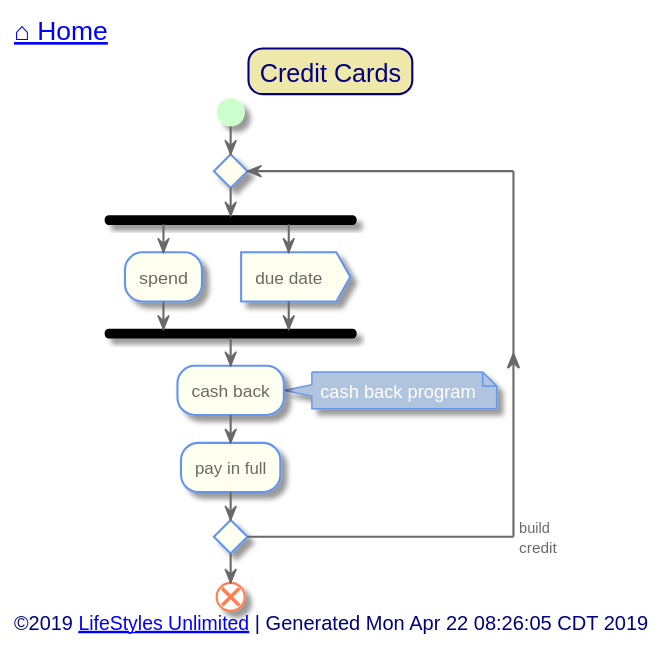
The PlantUML diagram out/src/unlimited-lifestyle/credit-cards.svg in toddmo/lifestylesunlimited, before a commit.
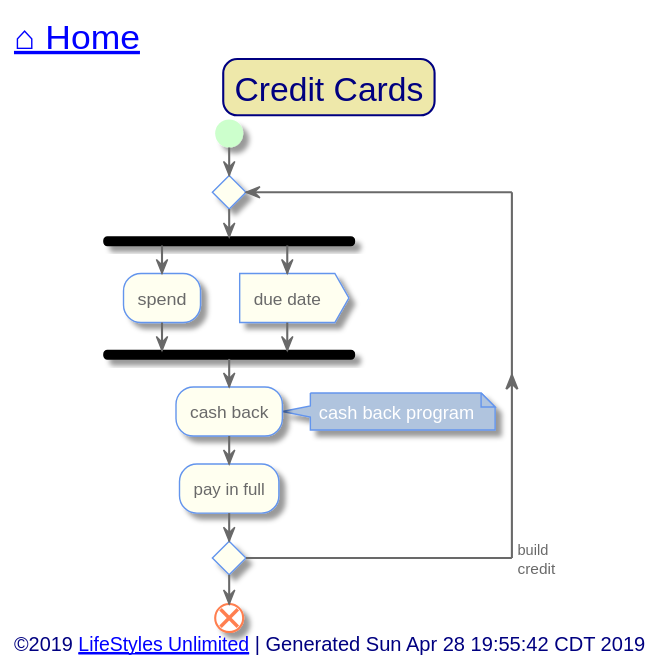
After the commit.

Diff of the diagram source:
```diff
@@ -11,11 +11,13 @@
   BackgroundColor PaleGoldenRod
   BorderColor Navy
   BorderRoundCorner 20
+  FontSize 24
 }
 
 skinparam activity {
   BackgroundColor Ivory
   BorderColor CornflowerBlue
+  BorderThickness 1
   FontColor DimGray
 
 
@@ -73,7 +75,7 @@
 
 
 left header
-	<font color=Navy size=18>[[../index.svg ⌂ Home]]</font>
+	<font color=Navy size=24>[[../index.svg ⌂ Home]]</font>
 endheader
 
 
@@ -97,7 +99,7 @@
 
 
 left footer
-	<font size=14>©2019 [[http://www.lifestylesunlimited.com LifeStyles Unlimited]] | Generated Mon Apr 22 08:26:05 CDT 2019</font>
+	<font size=14>©2019 [[http://www.lifestylesunlimited.com LifeStyles Unlimited]] | Generated Sun Apr 28 19:55:42 CDT 2019</font>
 endfooter
 
 
```
